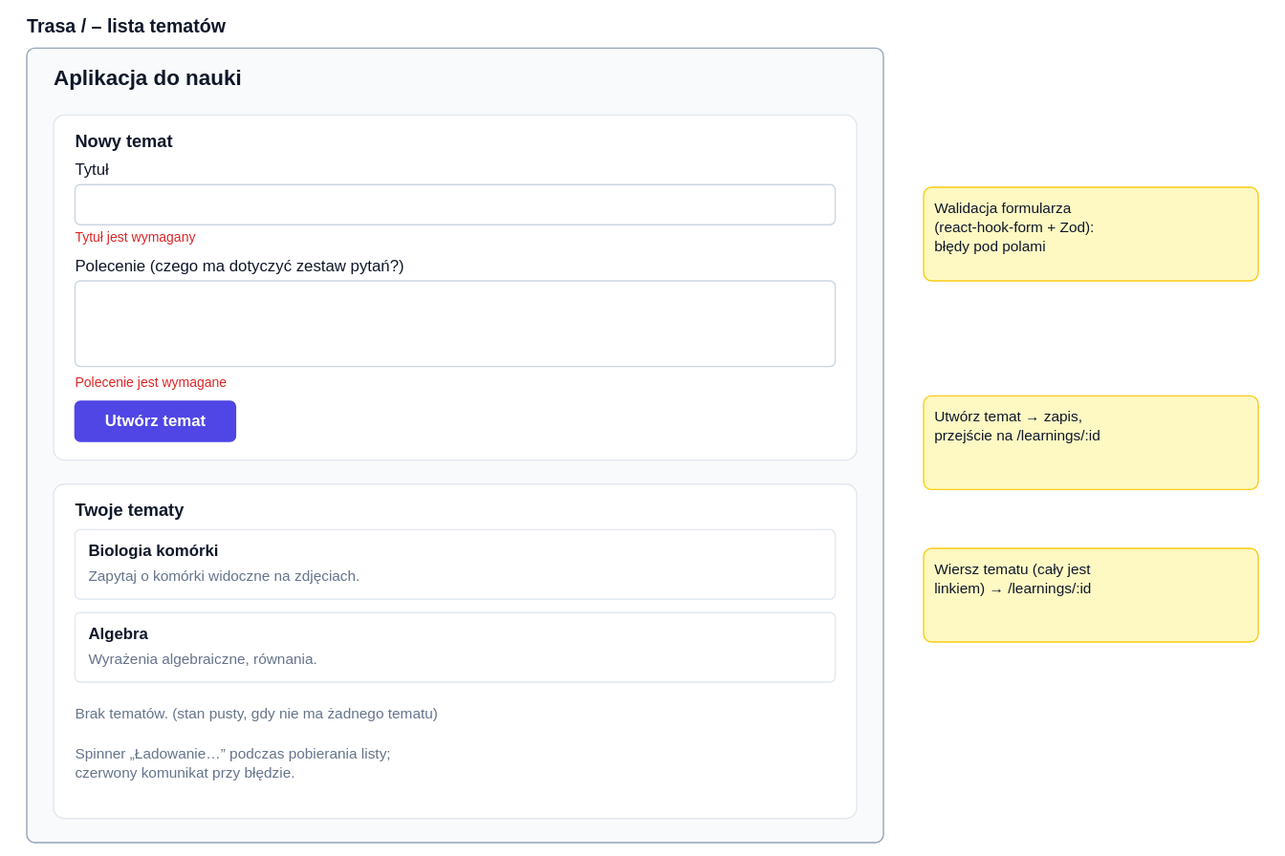
Above: docs/diagrams/page-learnings.drawio.svg in ppawlik/learning_app (draw.io), before the change. Source tidied: cells renumbered, new cells last; positions are measured from the earlier drawing's top-left corner, leaving out a move shared by most shapes.
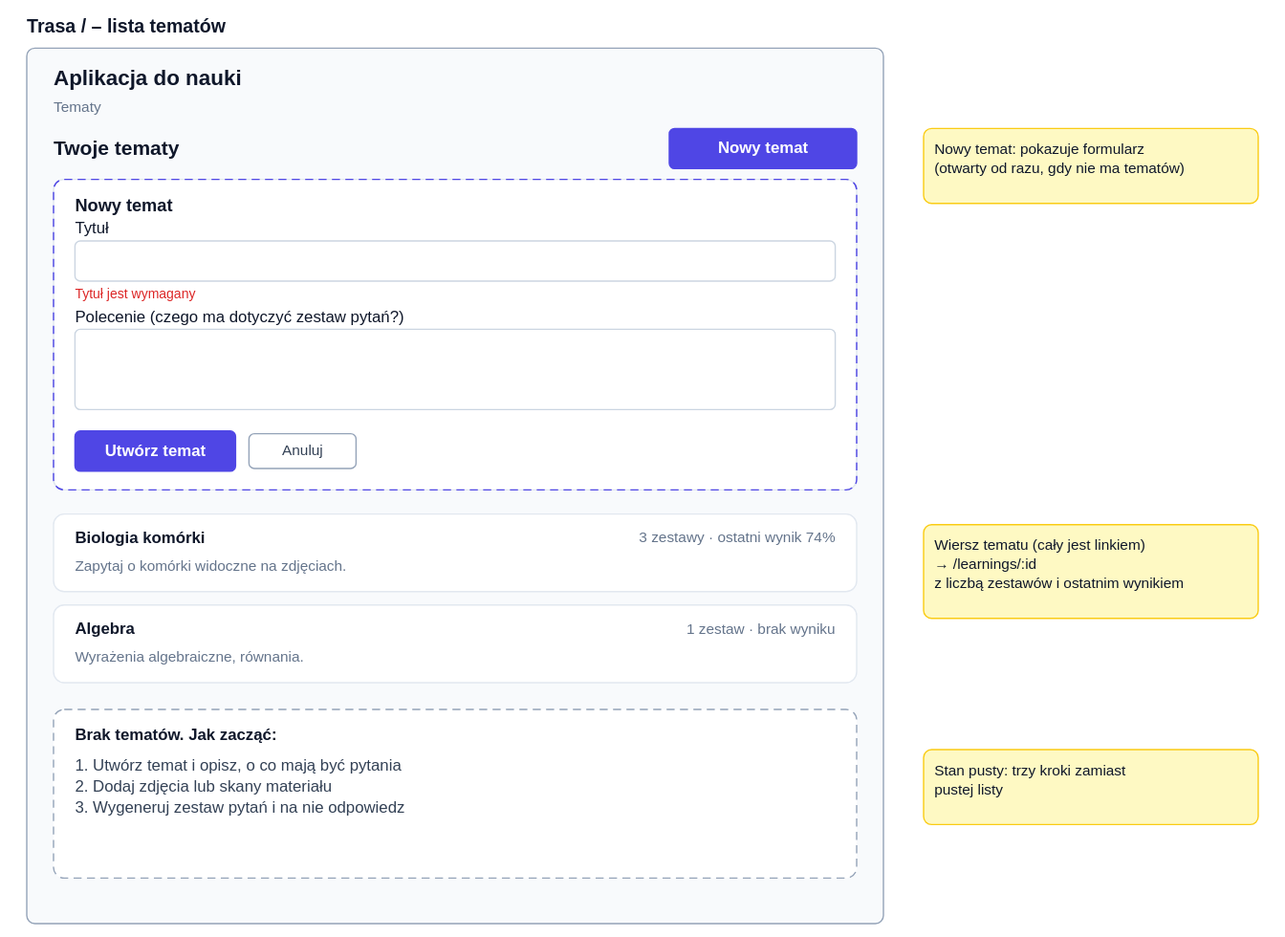
Later version of the same file.

Diff of the diagram source:
```diff
@@ -6,76 +6,91 @@
       <mxGeometry width="640" height="24" as="geometry" />
     </mxCell>
     <mxCell id="3" style="whiteSpace=wrap;html=0;rounded=1;absoluteArcSize=1;arcSize=12;fillColor=#f8fafc;strokeColor=#94a3b8;strokeWidth=1;fontSize=12;fontColor=#0f172a;align=center;verticalAlign=middle;spacingLeft=10;spacingRight=10;spacingTop=0;" parent="1" vertex="1">
-      <mxGeometry y="28" width="640" height="594" as="geometry" />
+      <mxGeometry y="28" width="640" height="654" as="geometry" />
     </mxCell>
     <mxCell id="4" value="Aplikacja do nauki" style="whiteSpace=wrap;html=0;fillColor=none;strokeColor=none;fontSize=16;fontColor=#0f172a;align=left;verticalAlign=middle;spacingLeft=0;spacingRight=0;spacingTop=0;fontStyle=1;" parent="1" vertex="1">
       <mxGeometry x="20" y="38" width="300" height="26" as="geometry" />
     </mxCell>
-    <mxCell id="5" style="whiteSpace=wrap;html=0;rounded=1;absoluteArcSize=1;arcSize=16;fillColor=#ffffff;strokeColor=#e2e8f0;strokeWidth=1;fontSize=12;fontColor=#0f172a;align=center;verticalAlign=middle;spacingLeft=10;spacingRight=10;spacingTop=0;" parent="1" vertex="1">
-      <mxGeometry x="20" y="78" width="600" height="258" as="geometry" />
+    <mxCell id="5" value="Tematy" style="whiteSpace=wrap;html=0;fillColor=none;strokeColor=none;fontSize=11;fontColor=#64748b;align=left;verticalAlign=middle;spacingLeft=0;spacingRight=0;spacingTop=0;" parent="1" vertex="1">
+      <mxGeometry x="20" y="64" width="560" height="16" as="geometry" />
     </mxCell>
-    <mxCell id="6" value="Nowy temat" style="whiteSpace=wrap;html=0;fillColor=none;strokeColor=none;fontSize=13;fontColor=#0f172a;align=left;verticalAlign=middle;spacingLeft=0;spacingRight=0;spacingTop=0;fontStyle=1;" parent="1" vertex="1">
-      <mxGeometry x="36" y="86" width="400" height="24" as="geometry" />
+    <mxCell id="6" value="Twoje tematy" style="whiteSpace=wrap;html=0;fillColor=none;strokeColor=none;fontSize=15;fontColor=#0f172a;align=left;verticalAlign=middle;spacingLeft=0;spacingRight=0;spacingTop=0;fontStyle=1;" parent="1" vertex="1">
+      <mxGeometry x="20" y="90" width="300" height="26" as="geometry" />
     </mxCell>
-    <mxCell id="7" value="Tytuł" style="whiteSpace=wrap;html=0;fillColor=none;strokeColor=none;fontSize=12;fontColor=#0f172a;align=left;verticalAlign=middle;spacingLeft=0;spacingRight=0;spacingTop=0;" parent="1" vertex="1">
-      <mxGeometry x="36" y="110" width="300" height="18" as="geometry" />
+    <mxCell id="7" value="Nowy temat" style="whiteSpace=wrap;html=0;rounded=1;absoluteArcSize=1;arcSize=8;fillColor=#4f46e5;strokeColor=#4f46e5;strokeWidth=1;fontSize=12;fontColor=#ffffff;align=center;verticalAlign=middle;spacingLeft=10;spacingRight=10;spacingTop=0;fontStyle=1;" parent="1" vertex="1">
+      <mxGeometry x="480" y="88" width="140" height="30" as="geometry" />
     </mxCell>
-    <mxCell id="8" style="whiteSpace=wrap;html=0;rounded=1;absoluteArcSize=1;arcSize=8;fillColor=#ffffff;strokeColor=#cbd5e1;strokeWidth=1;fontSize=12;fontColor=#64748b;align=left;verticalAlign=top;spacingLeft=6;spacingRight=6;spacingTop=6;" parent="1" vertex="1">
-      <mxGeometry x="36" y="130" width="568" height="30" as="geometry" />
+    <mxCell id="8" style="whiteSpace=wrap;html=0;rounded=1;absoluteArcSize=1;arcSize=16;fillColor=#ffffff;strokeColor=#e2e8f0;strokeWidth=1;fontSize=12;fontColor=#0f172a;align=center;verticalAlign=middle;spacingLeft=10;spacingRight=10;spacingTop=0;" parent="1" vertex="1">
+      <mxGeometry x="20" y="126" width="600" height="232" as="geometry" />
     </mxCell>
-    <mxCell id="9" value="Tytuł jest wymagany" style="whiteSpace=wrap;html=0;fillColor=none;strokeColor=none;fontSize=10;fontColor=#dc2626;align=left;verticalAlign=middle;spacingLeft=0;spacingRight=0;spacingTop=0;" parent="1" vertex="1">
-      <mxGeometry x="36" y="162" width="300" height="16" as="geometry" />
+    <mxCell id="9" value="Nowy temat" style="whiteSpace=wrap;html=0;fillColor=none;strokeColor=none;fontSize=13;fontColor=#0f172a;align=left;verticalAlign=middle;spacingLeft=0;spacingRight=0;spacingTop=0;fontStyle=1;" parent="1" vertex="1">
+      <mxGeometry x="36" y="134" width="400" height="24" as="geometry" />
     </mxCell>
-    <mxCell id="10" value="Polecenie (czego ma dotyczyć zestaw pytań?)" style="whiteSpace=wrap;html=0;fillColor=none;strokeColor=none;fontSize=12;fontColor=#0f172a;align=left;verticalAlign=middle;spacingLeft=0;spacingRight=0;spacingTop=0;" parent="1" vertex="1">
-      <mxGeometry x="36" y="182" width="400" height="18" as="geometry" />
+    <mxCell id="10" style="whiteSpace=wrap;html=0;rounded=1;absoluteArcSize=1;arcSize=16;fillColor=none;strokeColor=#4f46e5;strokeWidth=1;dashed=1;fontSize=12;fontColor=#0f172a;align=center;verticalAlign=middle;spacingLeft=10;spacingRight=10;spacingTop=0;" parent="1" vertex="1">
+      <mxGeometry x="20" y="126" width="600" height="232" as="geometry" />
     </mxCell>
-    <mxCell id="11" style="whiteSpace=wrap;html=0;rounded=1;absoluteArcSize=1;arcSize=8;fillColor=#ffffff;strokeColor=#cbd5e1;strokeWidth=1;fontSize=12;fontColor=#64748b;align=left;verticalAlign=top;spacingLeft=6;spacingRight=6;spacingTop=6;" parent="1" vertex="1">
-      <mxGeometry x="36" y="202" width="568" height="64" as="geometry" />
+    <mxCell id="11" value="Tytuł" style="whiteSpace=wrap;html=0;fillColor=none;strokeColor=none;fontSize=12;fontColor=#0f172a;align=left;verticalAlign=middle;spacingLeft=0;spacingRight=0;spacingTop=0;" parent="1" vertex="1">
+      <mxGeometry x="36" y="154" width="300" height="18" as="geometry" />
     </mxCell>
-    <mxCell id="12" value="Polecenie jest wymagane" style="whiteSpace=wrap;html=0;fillColor=none;strokeColor=none;fontSize=10;fontColor=#dc2626;align=left;verticalAlign=middle;spacingLeft=0;spacingRight=0;spacingTop=0;" parent="1" vertex="1">
-      <mxGeometry x="36" y="270" width="300" height="16" as="geometry" />
+    <mxCell id="12" style="whiteSpace=wrap;html=0;rounded=1;absoluteArcSize=1;arcSize=8;fillColor=#ffffff;strokeColor=#cbd5e1;strokeWidth=1;fontSize=12;fontColor=#64748b;align=left;verticalAlign=top;spacingLeft=6;spacingRight=6;spacingTop=6;" parent="1" vertex="1">
+      <mxGeometry x="36" y="172" width="568" height="30" as="geometry" />
     </mxCell>
-    <mxCell id="13" value="Utwórz temat" style="whiteSpace=wrap;html=0;rounded=1;absoluteArcSize=1;arcSize=8;fillColor=#4f46e5;strokeColor=#4f46e5;strokeWidth=1;fontSize=12;fontColor=#ffffff;align=center;verticalAlign=middle;spacingLeft=10;spacingRight=10;spacingTop=0;fontStyle=1;" parent="1" vertex="1">
-      <mxGeometry x="36" y="292" width="120" height="30" as="geometry" />
+    <mxCell id="13" value="Tytuł jest wymagany" style="whiteSpace=wrap;html=0;fillColor=none;strokeColor=none;fontSize=10;fontColor=#dc2626;align=left;verticalAlign=middle;spacingLeft=0;spacingRight=0;spacingTop=0;" parent="1" vertex="1">
+      <mxGeometry x="36" y="204" width="300" height="16" as="geometry" />
     </mxCell>
-    <mxCell id="14" style="whiteSpace=wrap;html=0;rounded=1;absoluteArcSize=1;arcSize=16;fillColor=#ffffff;strokeColor=#e2e8f0;strokeWidth=1;fontSize=12;fontColor=#0f172a;align=center;verticalAlign=middle;spacingLeft=10;spacingRight=10;spacingTop=0;" parent="1" vertex="1">
-      <mxGeometry x="20" y="354" width="600" height="250" as="geometry" />
+    <mxCell id="14" value="Polecenie (czego ma dotyczyć zestaw pytań?)" style="whiteSpace=wrap;html=0;fillColor=none;strokeColor=none;fontSize=12;fontColor=#0f172a;align=left;verticalAlign=middle;spacingLeft=0;spacingRight=0;spacingTop=0;" parent="1" vertex="1">
+      <mxGeometry x="36" y="220" width="400" height="18" as="geometry" />
     </mxCell>
-    <mxCell id="15" value="Twoje tematy" style="whiteSpace=wrap;html=0;fillColor=none;strokeColor=none;fontSize=13;fontColor=#0f172a;align=left;verticalAlign=middle;spacingLeft=0;spacingRight=0;spacingTop=0;fontStyle=1;" parent="1" vertex="1">
-      <mxGeometry x="36" y="362" width="400" height="24" as="geometry" />
+    <mxCell id="15" style="whiteSpace=wrap;html=0;rounded=1;absoluteArcSize=1;arcSize=8;fillColor=#ffffff;strokeColor=#cbd5e1;strokeWidth=1;fontSize=12;fontColor=#64748b;align=left;verticalAlign=top;spacingLeft=6;spacingRight=6;spacingTop=6;" parent="1" vertex="1">
+      <mxGeometry x="36" y="238" width="568" height="60" as="geometry" />
     </mxCell>
-    <mxCell id="16" style="whiteSpace=wrap;html=0;rounded=1;absoluteArcSize=1;arcSize=8;fillColor=#ffffff;strokeColor=#e2e8f0;strokeWidth=1;fontSize=12;fontColor=#0f172a;align=center;verticalAlign=middle;spacingLeft=10;spacingRight=10;spacingTop=0;" parent="1" vertex="1">
-      <mxGeometry x="36" y="388" width="568" height="52" as="geometry" />
+    <mxCell id="16" value="Utwórz temat" style="whiteSpace=wrap;html=0;rounded=1;absoluteArcSize=1;arcSize=8;fillColor=#4f46e5;strokeColor=#4f46e5;strokeWidth=1;fontSize=12;fontColor=#ffffff;align=center;verticalAlign=middle;spacingLeft=10;spacingRight=10;spacingTop=0;fontStyle=1;" parent="1" vertex="1">
+      <mxGeometry x="36" y="314" width="120" height="30" as="geometry" />
     </mxCell>
-    <mxCell id="17" value="Biologia komórki" style="whiteSpace=wrap;html=0;fillColor=none;strokeColor=none;fontSize=12;fontColor=#0f172a;align=left;verticalAlign=middle;spacingLeft=0;spacingRight=0;spacingTop=0;fontStyle=1;" parent="1" vertex="1">
-      <mxGeometry x="46" y="394" width="400" height="20" as="geometry" />
+    <mxCell id="17" value="Anuluj" style="whiteSpace=wrap;html=0;rounded=1;absoluteArcSize=1;arcSize=8;fillColor=#ffffff;strokeColor=#94a3b8;strokeWidth=1;fontSize=11;fontColor=#334155;align=center;verticalAlign=middle;spacingLeft=10;spacingRight=10;spacingTop=0;" parent="1" vertex="1">
+      <mxGeometry x="166" y="316" width="80" height="26" as="geometry" />
     </mxCell>
-    <mxCell id="18" value="Zapytaj o komórki widoczne na zdjęciach." style="whiteSpace=wrap;html=0;fillColor=none;strokeColor=none;fontSize=11;fontColor=#64748b;align=left;verticalAlign=middle;spacingLeft=0;spacingRight=0;spacingTop=0;" parent="1" vertex="1">
-      <mxGeometry x="46" y="414" width="540" height="18" as="geometry" />
+    <mxCell id="18" style="whiteSpace=wrap;html=0;rounded=1;absoluteArcSize=1;arcSize=16;fillColor=#ffffff;strokeColor=#e2e8f0;strokeWidth=1;fontSize=12;fontColor=#0f172a;align=center;verticalAlign=middle;spacingLeft=10;spacingRight=10;spacingTop=0;" parent="1" vertex="1">
+      <mxGeometry x="20" y="376" width="600" height="58" as="geometry" />
     </mxCell>
-    <mxCell id="19" style="whiteSpace=wrap;html=0;rounded=1;absoluteArcSize=1;arcSize=8;fillColor=#ffffff;strokeColor=#e2e8f0;strokeWidth=1;fontSize=12;fontColor=#0f172a;align=center;verticalAlign=middle;spacingLeft=10;spacingRight=10;spacingTop=0;" parent="1" vertex="1">
-      <mxGeometry x="36" y="450" width="568" height="52" as="geometry" />
+    <mxCell id="19" value="Biologia komórki" style="whiteSpace=wrap;html=0;fillColor=none;strokeColor=none;fontSize=12;fontColor=#0f172a;align=left;verticalAlign=middle;spacingLeft=0;spacingRight=0;spacingTop=0;fontStyle=1;" parent="1" vertex="1">
+      <mxGeometry x="36" y="384" width="340" height="20" as="geometry" />
     </mxCell>
-    <mxCell id="20" value="Algebra" style="whiteSpace=wrap;html=0;fillColor=none;strokeColor=none;fontSize=12;fontColor=#0f172a;align=left;verticalAlign=middle;spacingLeft=0;spacingRight=0;spacingTop=0;fontStyle=1;" parent="1" vertex="1">
-      <mxGeometry x="46" y="456" width="400" height="20" as="geometry" />
+    <mxCell id="20" value="Zapytaj o komórki widoczne na zdjęciach." style="whiteSpace=wrap;html=0;fillColor=none;strokeColor=none;fontSize=11;fontColor=#64748b;align=left;verticalAlign=middle;spacingLeft=0;spacingRight=0;spacingTop=0;" parent="1" vertex="1">
+      <mxGeometry x="36" y="406" width="360" height="18" as="geometry" />
     </mxCell>
-    <mxCell id="21" value="Wyrażenia algebraiczne, równania." style="whiteSpace=wrap;html=0;fillColor=none;strokeColor=none;fontSize=11;fontColor=#64748b;align=left;verticalAlign=middle;spacingLeft=0;spacingRight=0;spacingTop=0;" parent="1" vertex="1">
-      <mxGeometry x="46" y="476" width="540" height="18" as="geometry" />
+    <mxCell id="21" value="3 zestawy · ostatni wynik 74%" style="whiteSpace=wrap;html=0;fillColor=none;strokeColor=none;fontSize=11;fontColor=#64748b;align=right;verticalAlign=middle;spacingLeft=0;spacingRight=0;spacingTop=0;" parent="1" vertex="1">
+      <mxGeometry x="380" y="384" width="224" height="20" as="geometry" />
     </mxCell>
-    <mxCell id="22" value="Brak tematów.   (stan pusty, gdy nie ma żadnego tematu)" style="whiteSpace=wrap;html=0;fillColor=none;strokeColor=none;fontSize=11;fontColor=#64748b;align=left;verticalAlign=middle;spacingLeft=0;spacingRight=0;spacingTop=0;" parent="1" vertex="1">
-      <mxGeometry x="36" y="516" width="568" height="20" as="geometry" />
+    <mxCell id="22" style="whiteSpace=wrap;html=0;rounded=1;absoluteArcSize=1;arcSize=16;fillColor=#ffffff;strokeColor=#e2e8f0;strokeWidth=1;fontSize=12;fontColor=#0f172a;align=center;verticalAlign=middle;spacingLeft=10;spacingRight=10;spacingTop=0;" parent="1" vertex="1">
+      <mxGeometry x="20" y="444" width="600" height="58" as="geometry" />
     </mxCell>
-    <mxCell id="23" value="Spinner „Ładowanie…” podczas pobierania listy;&#10;czerwony komunikat przy błędzie." style="whiteSpace=wrap;html=0;fillColor=none;strokeColor=none;fontSize=11;fontColor=#64748b;align=left;verticalAlign=top;spacingLeft=0;spacingRight=0;spacingTop=0;" parent="1" vertex="1">
-      <mxGeometry x="36" y="548" width="568" height="40" as="geometry" />
+    <mxCell id="23" value="Algebra" style="whiteSpace=wrap;html=0;fillColor=none;strokeColor=none;fontSize=12;fontColor=#0f172a;align=left;verticalAlign=middle;spacingLeft=0;spacingRight=0;spacingTop=0;fontStyle=1;" parent="1" vertex="1">
+      <mxGeometry x="36" y="452" width="340" height="20" as="geometry" />
     </mxCell>
-    <mxCell id="24" value="Utwórz temat → zapis,&#10;przejście na /learnings/:id" style="whiteSpace=wrap;html=0;rounded=1;absoluteArcSize=1;arcSize=12;fillColor=#fef9c3;strokeColor=#facc15;strokeWidth=1;fontSize=11;fontColor=#0f172a;align=left;verticalAlign=top;spacingLeft=8;spacingRight=8;spacingTop=8;" parent="1" vertex="1">
-      <mxGeometry x="670" y="288" width="250" height="70" as="geometry" />
+    <mxCell id="24" value="Wyrażenia algebraiczne, równania." style="whiteSpace=wrap;html=0;fillColor=none;strokeColor=none;fontSize=11;fontColor=#64748b;align=left;verticalAlign=middle;spacingLeft=0;spacingRight=0;spacingTop=0;" parent="1" vertex="1">
+      <mxGeometry x="36" y="474" width="360" height="18" as="geometry" />
     </mxCell>
-    <mxCell id="25" value="Wiersz tematu (cały jest&#10;linkiem) → /learnings/:id" style="whiteSpace=wrap;html=0;rounded=1;absoluteArcSize=1;arcSize=12;fillColor=#fef9c3;strokeColor=#facc15;strokeWidth=1;fontSize=11;fontColor=#0f172a;align=left;verticalAlign=top;spacingLeft=8;spacingRight=8;spacingTop=8;" parent="1" vertex="1">
-      <mxGeometry x="670" y="402" width="250" height="70" as="geometry" />
+    <mxCell id="25" value="1 zestaw · brak wyniku" style="whiteSpace=wrap;html=0;fillColor=none;strokeColor=none;fontSize=11;fontColor=#64748b;align=right;verticalAlign=middle;spacingLeft=0;spacingRight=0;spacingTop=0;" parent="1" vertex="1">
+      <mxGeometry x="380" y="452" width="224" height="20" as="geometry" />
     </mxCell>
-    <mxCell id="26" value="Walidacja formularza&#10;(react-hook-form + Zod):&#10;błędy pod polami" style="whiteSpace=wrap;html=0;rounded=1;absoluteArcSize=1;arcSize=12;fillColor=#fef9c3;strokeColor=#facc15;strokeWidth=1;fontSize=11;fontColor=#0f172a;align=left;verticalAlign=top;spacingLeft=8;spacingRight=8;spacingTop=8;" parent="1" vertex="1">
-      <mxGeometry x="670" y="132" width="250" height="70" as="geometry" />
+    <mxCell id="26" style="whiteSpace=wrap;html=0;rounded=1;absoluteArcSize=1;arcSize=16;fillColor=#ffffff;strokeColor=#94a3b8;strokeWidth=1;dashed=1;fontSize=12;fontColor=#0f172a;align=center;verticalAlign=middle;spacingLeft=10;spacingRight=10;spacingTop=0;" parent="1" vertex="1">
+      <mxGeometry x="20" y="522" width="600" height="126" as="geometry" />
     </mxCell>
+    <mxCell id="27" value="Brak tematów. Jak zacząć:" style="whiteSpace=wrap;html=0;fillColor=none;strokeColor=none;fontSize=12;fontColor=#0f172a;align=left;verticalAlign=middle;spacingLeft=0;spacingRight=0;spacingTop=0;fontStyle=1;" parent="1" vertex="1">
+      <mxGeometry x="36" y="530" width="560" height="22" as="geometry" />
+    </mxCell>
+    <mxCell id="28" value="1. Utwórz temat i opisz, o co mają być pytania&#10;2. Dodaj zdjęcia lub skany materiału&#10;3. Wygeneruj zestaw pytań i na nie odpowiedz" style="whiteSpace=wrap;html=0;fillColor=none;strokeColor=none;fontSize=12;fontColor=#334155;align=left;verticalAlign=top;spacingLeft=0;spacingRight=0;spacingTop=0;" parent="1" vertex="1">
+      <mxGeometry x="36" y="556" width="560" height="78" as="geometry" />
+    </mxCell>
+    <mxCell id="29" value="Nowy temat: pokazuje formularz&#10;(otwarty od razu, gdy nie ma tematów)" style="whiteSpace=wrap;html=0;rounded=1;absoluteArcSize=1;arcSize=12;fillColor=#fef9c3;strokeColor=#facc15;strokeWidth=1;fontSize=11;fontColor=#0f172a;align=left;verticalAlign=top;spacingLeft=8;spacingRight=8;spacingTop=8;" parent="1" vertex="1">
+      <mxGeometry x="670" y="88" width="250" height="56" as="geometry" />
+    </mxCell>
+    <mxCell id="30" value="Wiersz tematu (cały jest linkiem)&#10;→ /learnings/:id&#10;z liczbą zestawów i ostatnim wynikiem" style="whiteSpace=wrap;html=0;rounded=1;absoluteArcSize=1;arcSize=12;fillColor=#fef9c3;strokeColor=#facc15;strokeWidth=1;fontSize=11;fontColor=#0f172a;align=left;verticalAlign=top;spacingLeft=8;spacingRight=8;spacingTop=8;" parent="1" vertex="1">
+      <mxGeometry x="670" y="384" width="250" height="70" as="geometry" />
+    </mxCell>
+    <mxCell id="31" value="Stan pusty: trzy kroki zamiast&#10;pustej listy" style="whiteSpace=wrap;html=0;rounded=1;absoluteArcSize=1;arcSize=12;fillColor=#fef9c3;strokeColor=#facc15;strokeWidth=1;fontSize=11;fontColor=#0f172a;align=left;verticalAlign=top;spacingLeft=8;spacingRight=8;spacingTop=8;" parent="1" vertex="1">
+      <mxGeometry x="670" y="552" width="250" height="56" as="geometry" />
+    </mxCell>
   </root>
 </mxGraphModel>
```
